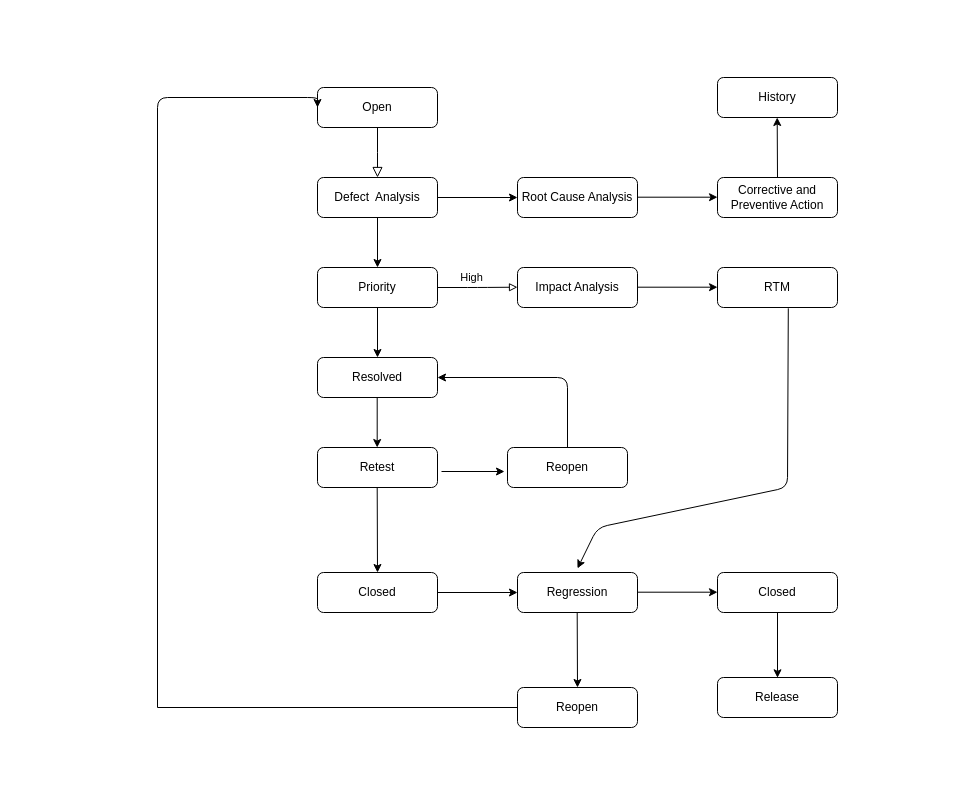
The draw.io diagram Defectprocess.drawio in myasharaf/drawio, before the edit. Source tidied: cells renumbered, new cells numbered last; positions are measured from the earlier drawing's top-left corner, leaving out a move shared by most shapes. Both pictures are drawn from the tidied source at 100%, with x=0, y=0 at pixel (157, 77).
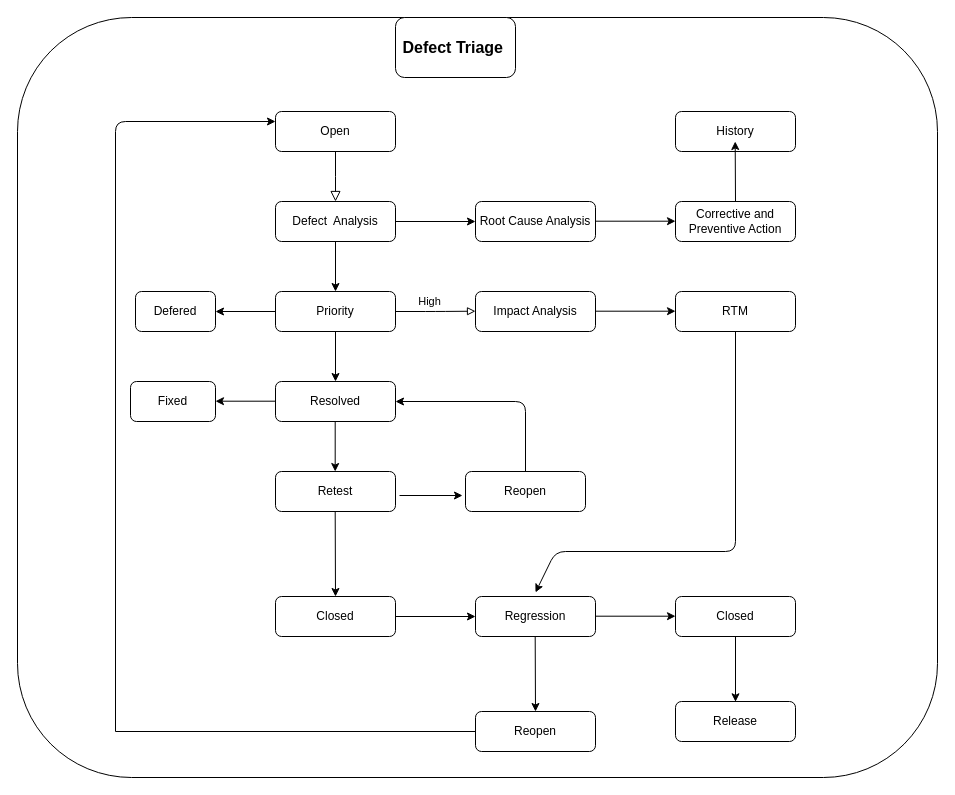
The same page after the edit.

What changed in the source:
```diff
@@
+    <mxCell id="37" style="rounded=1;whiteSpace=wrap;html=1;" parent="1" vertex="1">
+      <mxGeometry x="-140" y="-60" width="920" height="760" as="geometry" />
+    </mxCell>
+    <mxCell id="38" value="&lt;b&gt;&lt;font style=&quot;font-size: 16px&quot;&gt;Defect Triage&amp;nbsp;&lt;/font&gt;&lt;/b&gt;" style="rounded=1;whiteSpace=wrap;html=1;" parent="1" vertex="1">
+      <mxGeometry x="238" y="-60" width="120" height="60" as="geometry" />
+    </mxCell>
+    <mxCell id="39" style="group;" parent="1" vertex="1">
+      <mxGeometry x="-42" y="34" width="680" height="640" as="geometry" />
+    </mxCell>
-    <mxCell id="2" style="rounded=0;html=1;jettySize=auto;fontSize=11;endArrow=block;endFill=0;endSize=8;strokeWidth=1;shadow=0;labelBackgroundColor=none;edgeStyle=orthogonalEdgeStyle;" parent="1" edge="1" source="3">
+    <mxCell id="2" style="rounded=0;html=1;jettySize=auto;fontSize=11;endArrow=block;endFill=0;endSize=8;strokeWidth=1;shadow=0;labelBackgroundColor=none;edgeStyle=orthogonalEdgeStyle;" parent="39" edge="1" source="3">
       <mxGeometry relative="1" as="geometry">
-        <mxPoint x="220" y="100" as="targetPoint" />
+        <mxPoint x="220" y="90" as="targetPoint" />
       </mxGeometry>
     </mxCell>
-    <mxCell id="3" value="Open" style="rounded=1;whiteSpace=wrap;html=1;fontSize=12;glass=0;strokeWidth=1;shadow=0;" parent="1" vertex="1">
-      <mxGeometry x="160" y="10" width="120" height="40" as="geometry" />
+    <mxCell id="3" value="Open" style="rounded=1;whiteSpace=wrap;html=1;fontSize=12;glass=0;strokeWidth=1;shadow=0;" parent="39" vertex="1">
+      <mxGeometry x="160" width="120" height="40" as="geometry" />
     </mxCell>
-    <mxCell id="4" value="Root Cause Analysis" style="rounded=1;whiteSpace=wrap;html=1;fontSize=12;glass=0;strokeWidth=1;shadow=0;" parent="1" vertex="1">
-      <mxGeometry x="360" y="100" width="120" height="40" as="geometry" />
+    <mxCell id="4" value="Root Cause Analysis" style="rounded=1;whiteSpace=wrap;html=1;fontSize=12;glass=0;strokeWidth=1;shadow=0;" parent="39" vertex="1">
+      <mxGeometry x="360" y="90" width="120" height="40" as="geometry" />
     </mxCell>
-    <mxCell id="5" value="High" style="rounded=1;html=1;jettySize=auto;fontSize=11;endArrow=block;endFill=0;strokeWidth=1;shadow=0;labelBackgroundColor=none;edgeStyle=orthogonalEdgeStyle;exitX=1;exitY=0.5;exitDx=0;exitDy=0;" parent="1" edge="1" source="7">
+    <mxCell id="5" value="High" style="rounded=1;html=1;jettySize=auto;fontSize=11;endArrow=block;endFill=0;strokeWidth=1;shadow=0;labelBackgroundColor=none;edgeStyle=orthogonalEdgeStyle;exitX=1;exitY=0.5;exitDx=0;exitDy=0;" parent="39" edge="1" source="7">
       <mxGeometry x="-0.14" y="10" relative="1" as="geometry">
-        <mxPoint x="360" y="209.7" as="targetPoint" />
+        <mxPoint x="360" y="199.7" as="targetPoint" />
       </mxGeometry>
     </mxCell>
-    <mxCell id="6" value="Retest" style="rounded=1;whiteSpace=wrap;html=1;fontSize=12;glass=0;strokeWidth=1;shadow=0;" parent="1" vertex="1">
-      <mxGeometry x="160" y="370" width="120" height="40" as="geometry" />
+    <mxCell id="6" value="Retest" style="rounded=1;whiteSpace=wrap;html=1;fontSize=12;glass=0;strokeWidth=1;shadow=0;" parent="39" vertex="1">
+      <mxGeometry x="160" y="360" width="120" height="40" as="geometry" />
     </mxCell>
-    <mxCell id="7" value="Priority" style="rounded=1;whiteSpace=wrap;html=1;fontSize=12;glass=0;strokeWidth=1;shadow=0;" parent="1" vertex="1">
-      <mxGeometry x="160" y="190" width="120" height="40" as="geometry" />
+    <mxCell id="7" value="Priority" style="rounded=1;whiteSpace=wrap;html=1;fontSize=12;glass=0;strokeWidth=1;shadow=0;" parent="39" vertex="1">
+      <mxGeometry x="160" y="180" width="120" height="40" as="geometry" />
     </mxCell>
-    <mxCell id="8" value="Defect&amp;nbsp; Analysis" style="rounded=1;whiteSpace=wrap;html=1;fontSize=12;glass=0;strokeWidth=1;shadow=0;" parent="1" vertex="1">
-      <mxGeometry x="160" y="100" width="120" height="40" as="geometry" />
+    <mxCell id="8" value="Defect&amp;nbsp; Analysis" style="rounded=1;whiteSpace=wrap;html=1;fontSize=12;glass=0;strokeWidth=1;shadow=0;" parent="39" vertex="1">
+      <mxGeometry x="160" y="90" width="120" height="40" as="geometry" />
     </mxCell>
-    <mxCell id="9" style="endArrow=classic;html=1;entryX=0;entryY=0.5;entryDx=0;entryDy=0;" parent="1" edge="1" target="4">
+    <mxCell id="9" style="endArrow=classic;html=1;entryX=0;entryY=0.5;entryDx=0;entryDy=0;" parent="39" edge="1" target="4">
       <mxGeometry relative="1" as="geometry">
-        <mxPoint x="280" y="120" as="sourcePoint" />
+        <mxPoint x="280" y="110" as="sourcePoint" />
       </mxGeometry>
     </mxCell>
-    <mxCell id="10" value="Corrective and Preventive Action" style="rounded=1;whiteSpace=wrap;html=1;fontSize=12;glass=0;strokeWidth=1;shadow=0;" parent="1" vertex="1">
-      <mxGeometry x="560" y="100" width="120" height="40" as="geometry" />
+    <mxCell id="10" value="Corrective and Preventive Action" style="rounded=1;whiteSpace=wrap;html=1;fontSize=12;glass=0;strokeWidth=1;shadow=0;" parent="39" vertex="1">
+      <mxGeometry x="560" y="90" width="120" height="40" as="geometry" />
     </mxCell>
-    <mxCell id="11" style="endArrow=classic;html=1;entryX=0;entryY=0.5;entryDx=0;entryDy=0;" parent="1" edge="1">
+    <mxCell id="11" style="endArrow=classic;html=1;entryX=0;entryY=0.5;entryDx=0;entryDy=0;" parent="39" edge="1">
       <mxGeometry relative="1" as="geometry">
-        <mxPoint x="480" y="119.7" as="sourcePoint" />
-        <mxPoint x="560" y="119.7" as="targetPoint" />
+        <mxPoint x="480" y="109.7" as="sourcePoint" />
+        <mxPoint x="560" y="109.7" as="targetPoint" />
       </mxGeometry>
     </mxCell>
-    <mxCell id="12" value="History" style="rounded=1;whiteSpace=wrap;html=1;fontSize=12;glass=0;strokeWidth=1;shadow=0;" parent="1" vertex="1">
+    <mxCell id="12" value="History" style="rounded=1;whiteSpace=wrap;html=1;fontSize=12;glass=0;strokeWidth=1;shadow=0;" parent="39" vertex="1">
       <mxGeometry x="560" width="120" height="40" as="geometry" />
     </mxCell>
-    <mxCell id="13" style="endArrow=classic;html=1;entryX=0;entryY=0.5;entryDx=0;entryDy=0;exitX=0.5;exitY=0;exitDx=0;exitDy=0;" parent="1" edge="1" source="10">
+    <mxCell id="13" style="endArrow=classic;html=1;entryX=0;entryY=0.5;entryDx=0;entryDy=0;exitX=0.5;exitY=0;exitDx=0;exitDy=0;" parent="39" edge="1" source="10">
       <mxGeometry relative="1" as="geometry">
-        <mxPoint x="619.7" y="40" as="targetPoint" />
+        <mxPoint x="619.7" y="30" as="targetPoint" />
       </mxGeometry>
     </mxCell>
-    <mxCell id="14" style="endArrow=classic;html=1;entryX=0.5;entryY=0;entryDx=0;entryDy=0;exitX=0.5;exitY=1;exitDx=0;exitDy=0;" parent="1" edge="1" source="8" target="7">
+    <mxCell id="14" style="endArrow=classic;html=1;entryX=0.5;entryY=0;entryDx=0;entryDy=0;exitX=0.5;exitY=1;exitDx=0;exitDy=0;" parent="39" edge="1" source="8" target="7">
       <mxGeometry relative="1" as="geometry" />
     </mxCell>
-    <mxCell id="15" value="Impact Analysis" style="rounded=1;whiteSpace=wrap;html=1;fontSize=12;glass=0;strokeWidth=1;shadow=0;" parent="1" vertex="1">
-      <mxGeometry x="360" y="190" width="120" height="40" as="geometry" />
+    <mxCell id="15" value="Impact Analysis" style="rounded=1;whiteSpace=wrap;html=1;fontSize=12;glass=0;strokeWidth=1;shadow=0;" parent="39" vertex="1">
+      <mxGeometry x="360" y="180" width="120" height="40" as="geometry" />
     </mxCell>
-    <mxCell id="16" value="RTM" style="rounded=1;whiteSpace=wrap;html=1;fontSize=12;glass=0;strokeWidth=1;shadow=0;" parent="1" vertex="1">
-      <mxGeometry x="560" y="190" width="120" height="40" as="geometry" />
+    <mxCell id="16" value="RTM" style="rounded=1;whiteSpace=wrap;html=1;fontSize=12;glass=0;strokeWidth=1;shadow=0;" parent="39" vertex="1">
+      <mxGeometry x="560" y="180" width="120" height="40" as="geometry" />
     </mxCell>
-    <mxCell id="17" style="endArrow=classic;html=1;entryX=0;entryY=0.5;entryDx=0;entryDy=0;" parent="1" edge="1">
+    <mxCell id="17" style="endArrow=classic;html=1;entryX=0;entryY=0.5;entryDx=0;entryDy=0;" parent="39" edge="1">
       <mxGeometry relative="1" as="geometry">
-        <mxPoint x="480" y="209.7" as="sourcePoint" />
-        <mxPoint x="560" y="209.7" as="targetPoint" />
+        <mxPoint x="480" y="199.7" as="sourcePoint" />
+        <mxPoint x="560" y="199.7" as="targetPoint" />
       </mxGeometry>
     </mxCell>
-    <mxCell id="18" value="Resolved" style="rounded=1;whiteSpace=wrap;html=1;fontSize=12;glass=0;strokeWidth=1;shadow=0;" parent="1" vertex="1">
-      <mxGeometry x="160" y="280" width="120" height="40" as="geometry" />
+    <mxCell id="18" value="Resolved" style="rounded=1;whiteSpace=wrap;html=1;fontSize=12;glass=0;strokeWidth=1;shadow=0;" parent="39" vertex="1">
+      <mxGeometry x="160" y="270" width="120" height="40" as="geometry" />
     </mxCell>
-    <mxCell id="19" style="endArrow=classic;html=1;entryX=0.5;entryY=0;entryDx=0;entryDy=0;exitX=0.5;exitY=1;exitDx=0;exitDy=0;" parent="1" edge="1" source="7" target="18">
+    <mxCell id="19" style="endArrow=classic;html=1;entryX=0.5;entryY=0;entryDx=0;entryDy=0;exitX=0.5;exitY=1;exitDx=0;exitDy=0;" parent="39" edge="1" source="7" target="18">
       <mxGeometry relative="1" as="geometry" />
     </mxCell>
-    <mxCell id="20" style="endArrow=classic;html=1;entryX=0.5;entryY=0;entryDx=0;entryDy=0;exitX=0.5;exitY=1;exitDx=0;exitDy=0;" parent="1" edge="1">
+    <mxCell id="20" style="endArrow=classic;html=1;entryX=0.5;entryY=0;entryDx=0;entryDy=0;exitX=0.5;exitY=1;exitDx=0;exitDy=0;" parent="39" edge="1">
       <mxGeometry relative="1" as="geometry">
-        <mxPoint x="219.7" y="320" as="sourcePoint" />
-        <mxPoint x="219.7" y="370" as="targetPoint" />
+        <mxPoint x="219.7" y="310" as="sourcePoint" />
+        <mxPoint x="219.7" y="360" as="targetPoint" />
       </mxGeometry>
     </mxCell>
-    <mxCell id="21" value="Reopen" style="rounded=1;whiteSpace=wrap;html=1;fontSize=12;glass=0;strokeWidth=1;shadow=0;" parent="1" vertex="1">
-      <mxGeometry x="350" y="370" width="120" height="40" as="geometry" />
+    <mxCell id="21" value="Reopen" style="rounded=1;whiteSpace=wrap;html=1;fontSize=12;glass=0;strokeWidth=1;shadow=0;" parent="39" vertex="1">
+      <mxGeometry x="350" y="360" width="120" height="40" as="geometry" />
     </mxCell>
-    <mxCell id="22" style="endArrow=classic;html=1;" parent="1" edge="1">
+    <mxCell id="22" style="endArrow=classic;html=1;" parent="39" edge="1">
       <mxGeometry relative="1" as="geometry">
-        <mxPoint x="284" y="394" as="sourcePoint" />
-        <mxPoint x="347" y="394" as="targetPoint" />
+        <mxPoint x="284" y="384" as="sourcePoint" />
+        <mxPoint x="347" y="384" as="targetPoint" />
       </mxGeometry>
     </mxCell>
-    <mxCell id="23" style="endArrow=classic;html=1;exitX=0.5;exitY=0;exitDx=0;exitDy=0;entryX=1;entryY=0.5;entryDx=0;entryDy=0;" parent="1" edge="1" source="21" target="18">
+    <mxCell id="23" style="endArrow=classic;html=1;exitX=0.5;exitY=0;exitDx=0;exitDy=0;entryX=1;entryY=0.5;entryDx=0;entryDy=0;" parent="39" edge="1" source="21" target="18">
       <mxGeometry relative="1" as="geometry">
         <Array as="points">
-          <mxPoint x="410" y="300" />
+          <mxPoint x="410" y="290" />
         </Array>
       </mxGeometry>
     </mxCell>
-    <mxCell id="24" value="Closed" style="rounded=1;whiteSpace=wrap;html=1;fontSize=12;glass=0;strokeWidth=1;shadow=0;" parent="1" vertex="1">
-      <mxGeometry x="160" y="495" width="120" height="40" as="geometry" />
+    <mxCell id="24" value="Closed" style="rounded=1;whiteSpace=wrap;html=1;fontSize=12;glass=0;strokeWidth=1;shadow=0;" parent="39" vertex="1">
+      <mxGeometry x="160" y="485" width="120" height="40" as="geometry" />
     </mxCell>
-    <mxCell id="25" value="Regression" style="rounded=1;whiteSpace=wrap;html=1;fontSize=12;glass=0;strokeWidth=1;shadow=0;" parent="1" vertex="1">
-      <mxGeometry x="360" y="495" width="120" height="40" as="geometry" />
+    <mxCell id="25" value="Regression" style="rounded=1;whiteSpace=wrap;html=1;fontSize=12;glass=0;strokeWidth=1;shadow=0;" parent="39" vertex="1">
+      <mxGeometry x="360" y="485" width="120" height="40" as="geometry" />
     </mxCell>
-    <mxCell id="26" style="endArrow=classic;html=1;exitX=0.59;exitY=1.021;exitDx=0;exitDy=0;exitPerimeter=0;" parent="1" edge="1" source="16">
+    <mxCell id="26" style="endArrow=classic;html=1;exitX=0.5;exitY=1;exitDx=0;exitDy=0;" parent="39" edge="1" source="16">
       <mxGeometry relative="1" as="geometry">
-        <mxPoint x="420" y="490.9" as="targetPoint" />
+        <mxPoint x="420" y="480.9" as="targetPoint" />
         <Array as="points">
-          <mxPoint x="630" y="410" />
-          <mxPoint x="440" y="450" />
+          <mxPoint x="620" y="440" />
+          <mxPoint x="440" y="440" />
         </Array>
       </mxGeometry>
     </mxCell>
-    <mxCell id="27" style="endArrow=classic;html=1;entryX=0.5;entryY=0;entryDx=0;entryDy=0;exitX=0.5;exitY=1;exitDx=0;exitDy=0;" parent="1" edge="1" target="24">
+    <mxCell id="27" style="endArrow=classic;html=1;entryX=0.5;entryY=0;entryDx=0;entryDy=0;exitX=0.5;exitY=1;exitDx=0;exitDy=0;" parent="39" edge="1" target="24">
       <mxGeometry relative="1" as="geometry">
-        <mxPoint x="219.7" y="410" as="sourcePoint" />
+        <mxPoint x="219.7" y="400" as="sourcePoint" />
       </mxGeometry>
     </mxCell>
-    <mxCell id="28" style="endArrow=classic;html=1;entryX=0;entryY=0.5;entryDx=0;entryDy=0;" parent="1" edge="1" target="25">
+    <mxCell id="28" style="endArrow=classic;html=1;entryX=0;entryY=0.5;entryDx=0;entryDy=0;" parent="39" edge="1" target="25">
       <mxGeometry relative="1" as="geometry">
-        <mxPoint x="280" y="515" as="sourcePoint" />
+        <mxPoint x="280" y="505" as="sourcePoint" />
       </mxGeometry>
     </mxCell>
-    <mxCell id="29" value="Closed" style="rounded=1;whiteSpace=wrap;html=1;fontSize=12;glass=0;strokeWidth=1;shadow=0;" parent="1" vertex="1">
-      <mxGeometry x="560" y="495" width="120" height="40" as="geometry" />
+    <mxCell id="29" value="Closed" style="rounded=1;whiteSpace=wrap;html=1;fontSize=12;glass=0;strokeWidth=1;shadow=0;" parent="39" vertex="1">
+      <mxGeometry x="560" y="485" width="120" height="40" as="geometry" />
     </mxCell>
-    <mxCell id="30" style="endArrow=classic;html=1;entryX=0;entryY=0.5;entryDx=0;entryDy=0;" parent="1" edge="1">
+    <mxCell id="30" style="endArrow=classic;html=1;entryX=0;entryY=0.5;entryDx=0;entryDy=0;" parent="39" edge="1">
       <mxGeometry relative="1" as="geometry">
-        <mxPoint x="480" y="514.7" as="sourcePoint" />
-        <mxPoint x="560" y="514.7" as="targetPoint" />
+        <mxPoint x="480" y="504.7" as="sourcePoint" />
+        <mxPoint x="560" y="504.7" as="targetPoint" />
       </mxGeometry>
     </mxCell>
-    <mxCell id="31" style="endArrow=classic;html=1;" parent="1" edge="1">
+    <mxCell id="31" style="endArrow=classic;html=1;" parent="39" edge="1">
       <mxGeometry relative="1" as="geometry">
-        <mxPoint x="620" y="535" as="sourcePoint" />
-        <mxPoint x="620" y="600.3" as="targetPoint" />
+        <mxPoint x="620" y="525" as="sourcePoint" />
+        <mxPoint x="620" y="590.3" as="targetPoint" />
       </mxGeometry>
     </mxCell>
-    <mxCell id="32" value="Release" style="rounded=1;whiteSpace=wrap;html=1;fontSize=12;glass=0;strokeWidth=1;shadow=0;" parent="1" vertex="1">
-      <mxGeometry x="560" y="600" width="120" height="40" as="geometry" />
+    <mxCell id="32" value="Release" style="rounded=1;whiteSpace=wrap;html=1;fontSize=12;glass=0;strokeWidth=1;shadow=0;" parent="39" vertex="1">
+      <mxGeometry x="560" y="590" width="120" height="40" as="geometry" />
     </mxCell>
-    <mxCell id="33" value="Reopen" style="rounded=1;whiteSpace=wrap;html=1;fontSize=12;glass=0;strokeWidth=1;shadow=0;" parent="1" vertex="1">
-      <mxGeometry x="360" y="610" width="120" height="40" as="geometry" />
+    <mxCell id="33" value="Reopen" style="rounded=1;whiteSpace=wrap;html=1;fontSize=12;glass=0;strokeWidth=1;shadow=0;" parent="39" vertex="1">
+      <mxGeometry x="360" y="600" width="120" height="40" as="geometry" />
     </mxCell>
-    <mxCell id="34" style="endArrow=classic;html=1;" parent="1" edge="1">
+    <mxCell id="34" style="endArrow=classic;html=1;" parent="39" edge="1">
       <mxGeometry relative="1" as="geometry">
-        <mxPoint x="419.7" y="535" as="sourcePoint" />
-        <mxPoint x="420" y="610" as="targetPoint" />
+        <mxPoint x="419.7" y="525" as="sourcePoint" />
+        <mxPoint x="420" y="600" as="targetPoint" />
       </mxGeometry>
     </mxCell>
-    <mxCell id="35" style="endArrow=classic;html=1;edgeStyle=elbowEdgeStyle;elbow=vertical;entryX=0;entryY=0.5;entryDx=0;entryDy=0;" parent="1" edge="1" target="3">
+    <mxCell id="35" style="endArrow=classic;html=1;edgeStyle=elbowEdgeStyle;elbow=vertical;endFill=1;entryX=0;entryY=0.25;entryDx=0;entryDy=0;" parent="39" edge="1" target="3">
       <mxGeometry relative="1" as="geometry">
-        <mxPoint y="630" as="sourcePoint" />
+        <mxPoint y="620" as="sourcePoint" />
         <Array as="points">
-          <mxPoint x="40" y="20" />
+          <mxPoint x="120" y="10" />
+          <mxPoint x="40" y="10" />
         </Array>
       </mxGeometry>
     </mxCell>
-    <mxCell id="36" style="endArrow=none;html=1;entryX=0;entryY=0.5;entryDx=0;entryDy=0;" parent="1" edge="1" target="33">
+    <mxCell id="36" style="endArrow=none;html=1;entryX=0;entryY=0.5;entryDx=0;entryDy=0;" parent="39" edge="1" target="33">
       <mxGeometry relative="1" as="geometry">
-        <mxPoint y="630" as="sourcePoint" />
+        <mxPoint y="620" as="sourcePoint" />
       </mxGeometry>
     </mxCell>
+    <mxCell id="40" style="endArrow=classic;html=1;exitX=0;exitY=0.5;exitDx=0;exitDy=0;" parent="39" edge="1" source="7">
+      <mxGeometry relative="1" as="geometry">
+        <mxPoint x="100" y="200" as="targetPoint" />
+      </mxGeometry>
+    </mxCell>
+    <mxCell id="41" value="Defered" style="rounded=1;whiteSpace=wrap;html=1;fontSize=12;glass=0;strokeWidth=1;shadow=0;" parent="39" vertex="1">
+      <mxGeometry x="20" y="180" width="80" height="40" as="geometry" />
+    </mxCell>
+    <mxCell id="42" value="Fixed" style="rounded=1;whiteSpace=wrap;html=1;fontSize=12;glass=0;strokeWidth=1;shadow=0;" parent="39" vertex="1">
+      <mxGeometry x="15" y="270" width="85" height="40" as="geometry" />
+    </mxCell>
+    <mxCell id="43" style="endArrow=classic;html=1;exitX=0;exitY=0.5;exitDx=0;exitDy=0;" parent="39" edge="1">
+      <mxGeometry relative="1" as="geometry">
+        <mxPoint x="160" y="289.7" as="sourcePoint" />
+        <mxPoint x="100" y="289.7" as="targetPoint" />
+      </mxGeometry>
+    </mxCell>
+    <mxCell id="44" style="edgeStyle=elbowEdgeStyle;rounded=1;orthogonalLoop=1;jettySize=auto;elbow=vertical;html=1;exitX=1;exitY=0.75;exitDx=0;exitDy=0;startArrow=classicThin;startFill=1;" parent="39" edge="1" source="42" target="42">
+      <mxGeometry relative="1" as="geometry" />
+    </mxCell>
```
